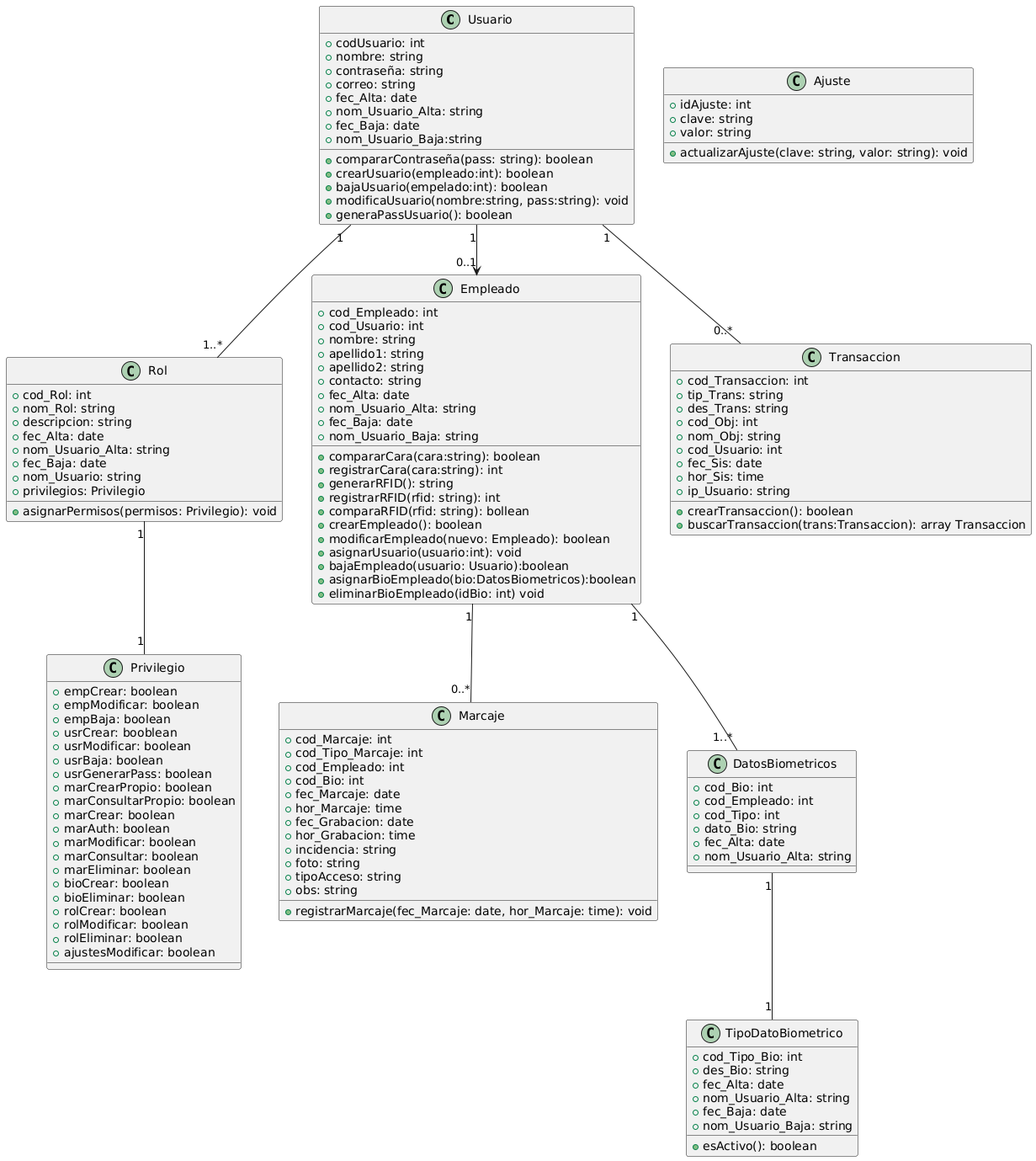
Isisimone/Proyecto-DAW keeps this PlantUML diagram as docs/Diagramas/Diagrama de clases.png. Above is the earlier version.
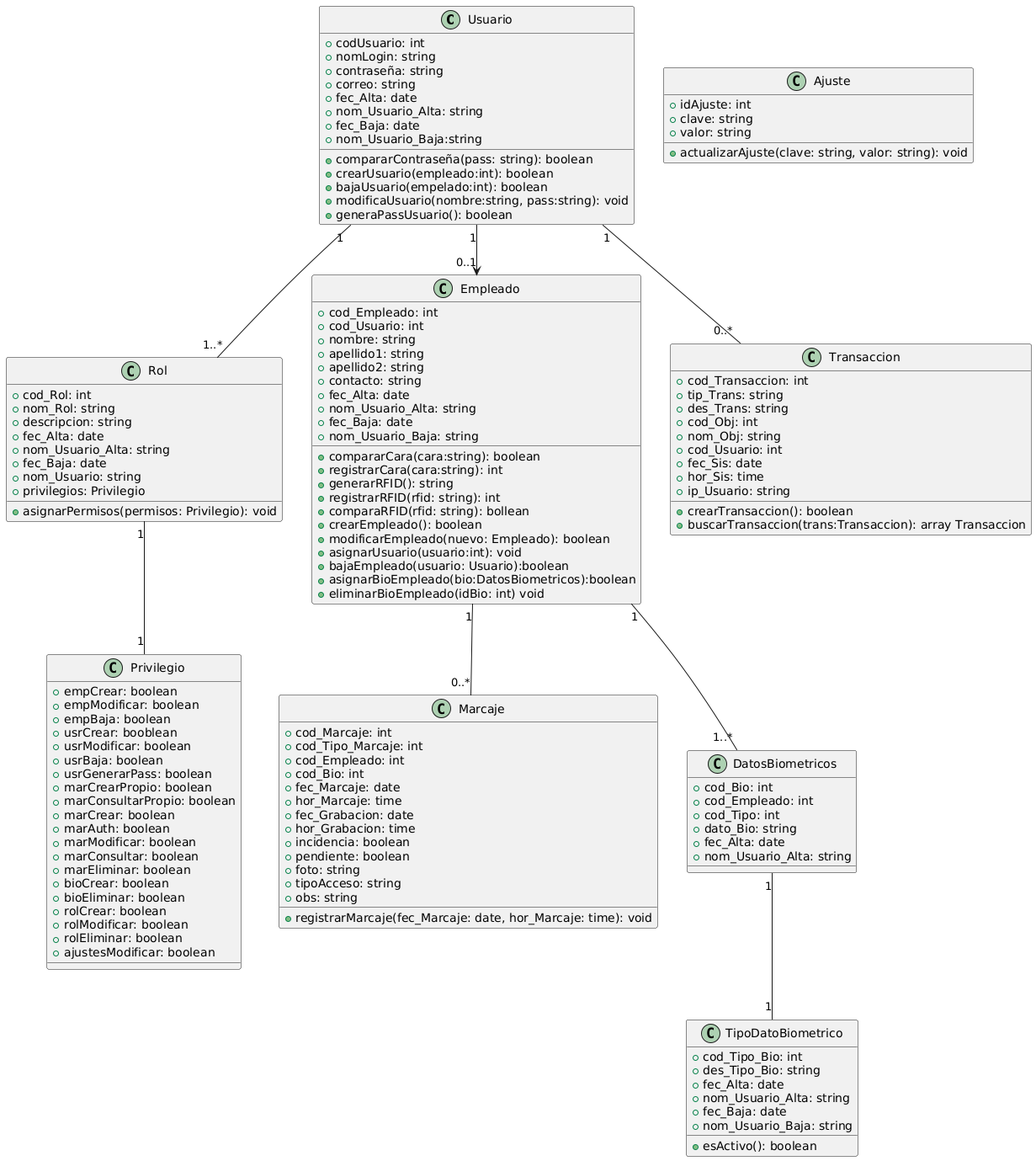
After the change.

What changed in the source:
```diff
@@ -1,7 +1,7 @@
 @startuml
 class Usuario {
   +codUsuario: int
-  +nombre: string
+  +nomLogin: string
   +contraseña: string
   +correo: string
   +fec_Alta: date
@@ -83,7 +83,8 @@
   +hor_Marcaje: time
   +fec_Grabacion: date
   +hor_Grabacion: time
-  +incidencia: string
+  +incidencia: boolean
+  +pendiente: boolean
   +foto: string
   +tipoAcceso: string
   +obs: string
@@ -101,7 +102,7 @@
 
 class TipoDatoBiometrico {
   +cod_Tipo_Bio: int
-  +des_Bio: string
+  +des_Tipo_Bio: string
   +fec_Alta: date
   +nom_Usuario_Alta: string
   +fec_Baja: date
```
